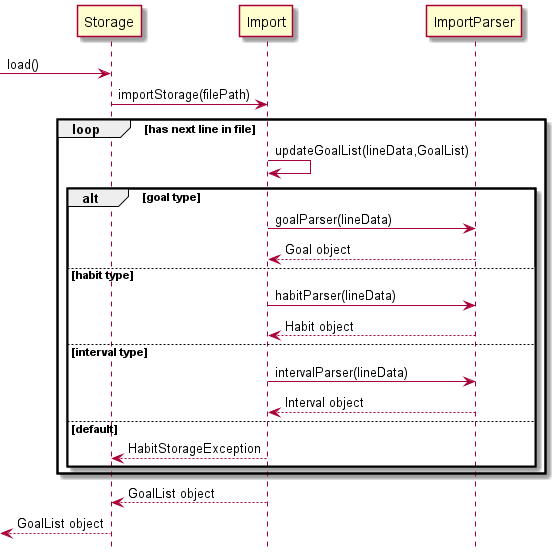
Earlier version of the PlantUML export docs/Diagram_Images/Implementation_Diagram_Images/ImportSequenceDiagram.png (nus-cs2113-AY2122S1/tp). The source it was exported from:
```plantuml
@startuml
!include Style.puml

[-> Storage: load()
Storage -> Import: importStorage(filePath)

loop has next line in file

    Import -> Import: updateGoalList(lineData,GoalList)

    alt goal type
    Import -> ImportParser: goalParser(lineData)
    return Goal object

    else habit type
    Import -> ImportParser: habitParser(lineData)
    return Habit object

    else interval type
    Import -> ImportParser: intervalParser(lineData)
    return Interval object

    else default
    Import --> Storage: HabitStorageException

    end

end

Import --> Storage: GoalList object
[<-- Storage: GoalList object

@enduml
```
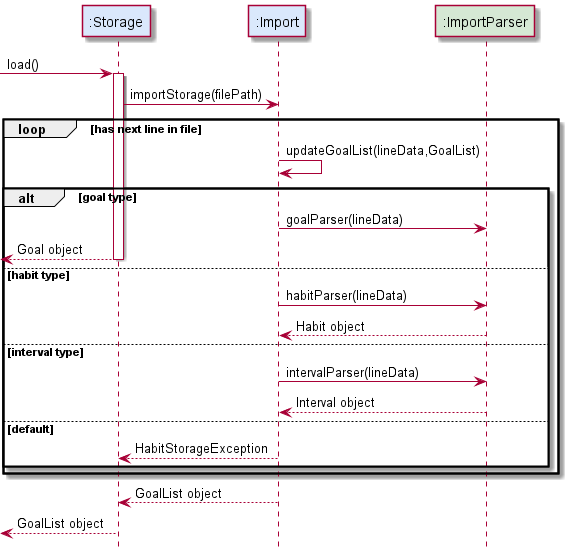
After the change.

What changed in the source:
```diff
@@ -1,7 +1,12 @@
 @startuml
 !include Style.puml
 
+participant ":Storage" as Storage STORAGE_COLOUR
+participant ":Import" as Import STORAGE_COLOUR
+participant ":ImportParser" as ImportParser PARSER_COLOUR
+
 [-> Storage: load()
+activate Storage
 Storage -> Import: importStorage(filePath)
 
 loop has next line in file
@@ -27,7 +32,8 @@
 
 end
 
-Import --> Storage: GoalList object
+
+Import --> Storage : GoalList object
 [<-- Storage: GoalList object
 
 @enduml
```
